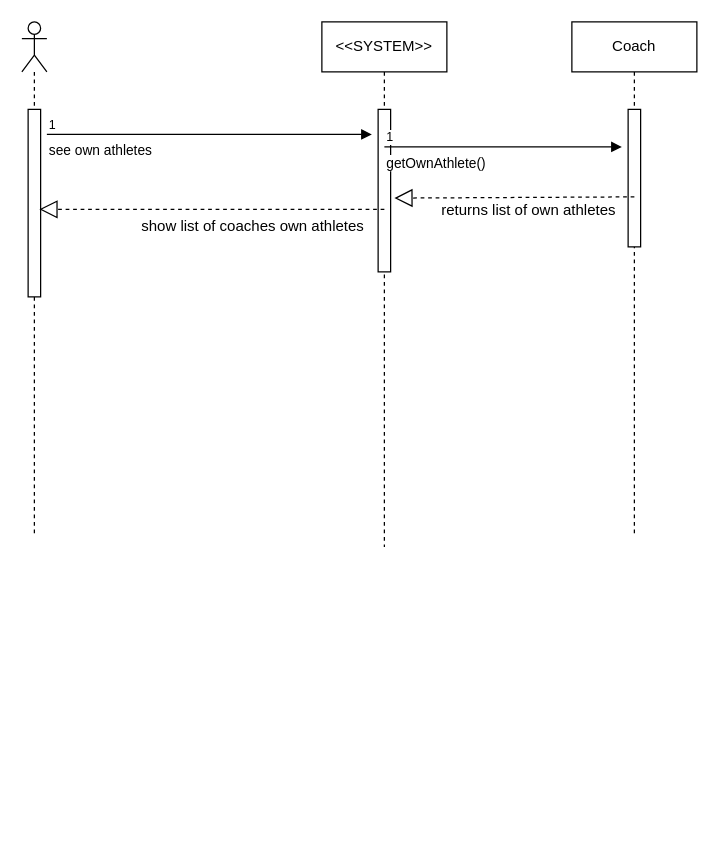
This is Behavioral Modeling/RequestForProgram_Coach Sequence diagram.drawio from mmohajer9/sama-online-coaching-system, a draw.io file, before an edit. Source tidied: cells renumbered, new cells numbered last; positions are measured from the earlier drawing's top-left corner, leaving out a move shared by most shapes. Both pictures are drawn from the tidied source at 125%, with x=0, y=0 at pixel (21, 21).
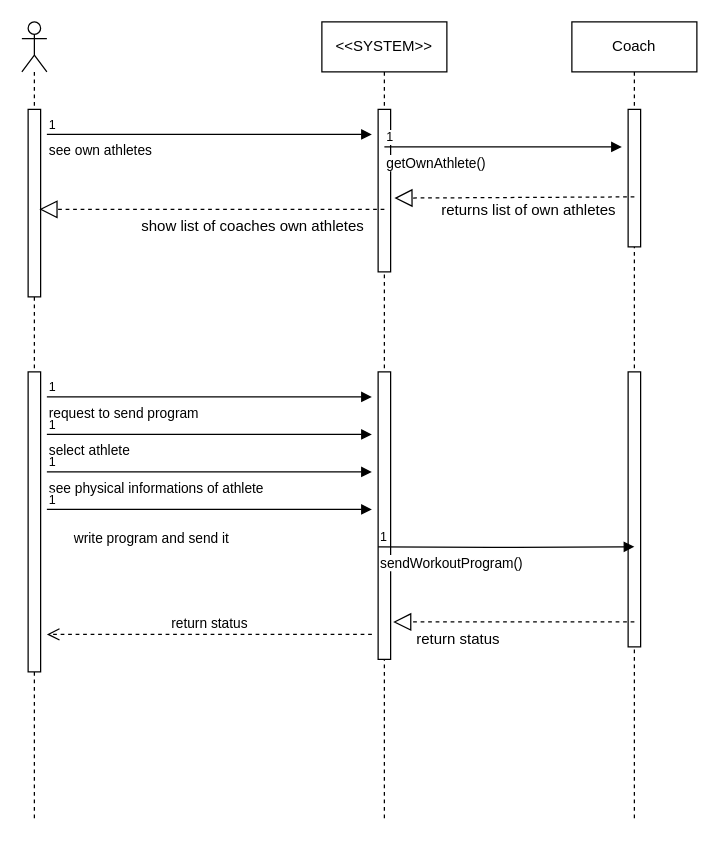
The same page after the edit.

Change to the diagram source:
```diff
@@
     <mxCell id="2" style="shape=umlLifeline;participant=umlActor;perimeter=lifelinePerimeter;whiteSpace=wrap;html=1;verticalAlign=top;spacingTop=36;labelBackgroundColor=#ffffff;" parent="1" vertex="1">
-      <mxGeometry width="20" height="410" as="geometry" />
+      <mxGeometry width="20" height="640" as="geometry" />
     </mxCell>
@@
+    <mxCell id="16" style="html=1;perimeter=orthogonalPerimeter;" parent="2" vertex="1">
+      <mxGeometry x="5" y="280" width="10" height="240" as="geometry" />
+    </mxCell>
     <mxCell id="4" value="&amp;lt;&amp;lt;SYSTEM&amp;gt;&amp;gt;" style="shape=umlLifeline;perimeter=lifelinePerimeter;whiteSpace=wrap;html=1;" parent="1" vertex="1">
-      <mxGeometry x="240" width="100" height="420" as="geometry" />
+      <mxGeometry x="240" width="100" height="640" as="geometry" />
     </mxCell>
@@
+    <mxCell id="17" style="html=1;points=[];perimeter=orthogonalPerimeter;" parent="4" vertex="1">
+      <mxGeometry x="45" y="280" width="10" height="230" as="geometry" />
+    </mxCell>
     <mxCell id="6" value="Coach" style="shape=umlLifeline;perimeter=lifelinePerimeter;whiteSpace=wrap;html=1;" parent="1" vertex="1">
-      <mxGeometry x="440" width="100" height="410" as="geometry" />
+      <mxGeometry x="440" width="100" height="640" as="geometry" />
     </mxCell>
@@
+    <mxCell id="18" style="html=1;points=[];perimeter=orthogonalPerimeter;" parent="6" vertex="1">
+      <mxGeometry x="45" y="280" width="10" height="220" as="geometry" />
+    </mxCell>
@@
+    <mxCell id="19" value="request to send program&amp;nbsp;" style="endArrow=block;endFill=1;html=1;edgeStyle=orthogonalEdgeStyle;align=left;verticalAlign=top;" parent="1" edge="1">
+      <mxGeometry x="-1" relative="1" as="geometry">
+        <mxPoint x="20" y="300" as="sourcePoint" />
+        <mxPoint x="280" y="300" as="targetPoint" />
+      </mxGeometry>
+    </mxCell>
+    <mxCell id="20" value="1" style="html=1;align=left;verticalAlign=bottom;labelBackgroundColor=#ffffff;fontSize=10;" parent="19" vertex="1">
+      <mxGeometry x="-1" relative="1" as="geometry" />
+    </mxCell>
+    <mxCell id="21" value="select athlete" style="endArrow=block;endFill=1;html=1;edgeStyle=orthogonalEdgeStyle;align=left;verticalAlign=top;" parent="1" edge="1">
+      <mxGeometry x="-1" relative="1" as="geometry">
+        <mxPoint x="20" y="330" as="sourcePoint" />
+        <mxPoint x="280" y="330" as="targetPoint" />
+      </mxGeometry>
+    </mxCell>
+    <mxCell id="22" value="1" style="html=1;align=left;verticalAlign=bottom;labelBackgroundColor=#ffffff;fontSize=10;" parent="21" vertex="1">
+      <mxGeometry x="-1" relative="1" as="geometry" />
+    </mxCell>
+    <mxCell id="23" value="see physical informations of athlete" style="endArrow=block;endFill=1;html=1;edgeStyle=orthogonalEdgeStyle;align=left;verticalAlign=top;" parent="1" edge="1">
+      <mxGeometry x="-1" relative="1" as="geometry">
+        <mxPoint x="20" y="360" as="sourcePoint" />
+        <mxPoint x="280" y="360" as="targetPoint" />
+      </mxGeometry>
+    </mxCell>
+    <mxCell id="24" value="1" style="html=1;align=left;verticalAlign=bottom;labelBackgroundColor=#ffffff;fontSize=10;" parent="23" vertex="1">
+      <mxGeometry x="-1" relative="1" as="geometry" />
+    </mxCell>
+    <mxCell id="25" value="write program and send it" style="endArrow=block;endFill=1;html=1;edgeStyle=orthogonalEdgeStyle;align=left;verticalAlign=top;" parent="1" edge="1">
+      <mxGeometry x="-0.85" y="-10" relative="1" as="geometry">
+        <mxPoint x="20" y="390" as="sourcePoint" />
+        <mxPoint x="280" y="390" as="targetPoint" />
+      </mxGeometry>
+    </mxCell>
+    <mxCell id="26" value="1" style="html=1;align=left;verticalAlign=bottom;labelBackgroundColor=#ffffff;fontSize=10;" parent="25" vertex="1">
+      <mxGeometry x="-1" relative="1" as="geometry" />
+    </mxCell>
+    <mxCell id="27" value="sendWorkoutProgram()" style="endArrow=block;endFill=1;html=1;edgeStyle=orthogonalEdgeStyle;align=left;verticalAlign=top;entryX=0.5;entryY=0.636;entryDx=0;entryDy=0;entryPerimeter=0;" parent="1" edge="1" target="18">
+      <mxGeometry x="-1" relative="1" as="geometry">
+        <mxPoint x="285" y="420" as="sourcePoint" />
+      </mxGeometry>
+    </mxCell>
+    <mxCell id="28" value="1" style="html=1;align=left;verticalAlign=bottom;labelBackgroundColor=#ffffff;fontSize=10;" parent="27" vertex="1">
+      <mxGeometry x="-1" relative="1" as="geometry" />
+    </mxCell>
+    <mxCell id="29" style="endArrow=block;dashed=1;endFill=0;endSize=12;html=1;entryX=1.2;entryY=0.87;entryDx=0;entryDy=0;entryPerimeter=0;" parent="1" edge="1" target="17">
+      <mxGeometry relative="1" as="geometry">
+        <mxPoint x="490" y="480" as="sourcePoint" />
+      </mxGeometry>
+    </mxCell>
+    <mxCell id="30" value="return status" style="text;strokeColor=none;fillColor=none;align=left;verticalAlign=top;spacingLeft=4;spacingRight=4;overflow=hidden;" parent="1" vertex="1">
+      <mxGeometry x="310" y="480" width="100" height="26" as="geometry" />
+    </mxCell>
+    <mxCell id="31" value="return status" style="html=1;verticalAlign=bottom;endArrow=open;dashed=1;endSize=8;" parent="1" edge="1">
+      <mxGeometry relative="1" as="geometry">
+        <mxPoint x="280" y="490" as="sourcePoint" />
+        <mxPoint x="20" y="490" as="targetPoint" />
+      </mxGeometry>
+    </mxCell>
```
